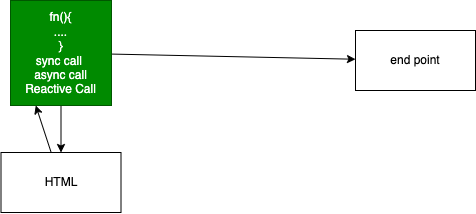
Before: images/day17.drawio.png, a diagram exported from draw.io (adithnaveen/2022-jul-asde-jfs-sapient). Source tidied: cells renumbered, new cells last; positions are measured from the earlier drawing's top-left corner, leaving out a move shared by most shapes.
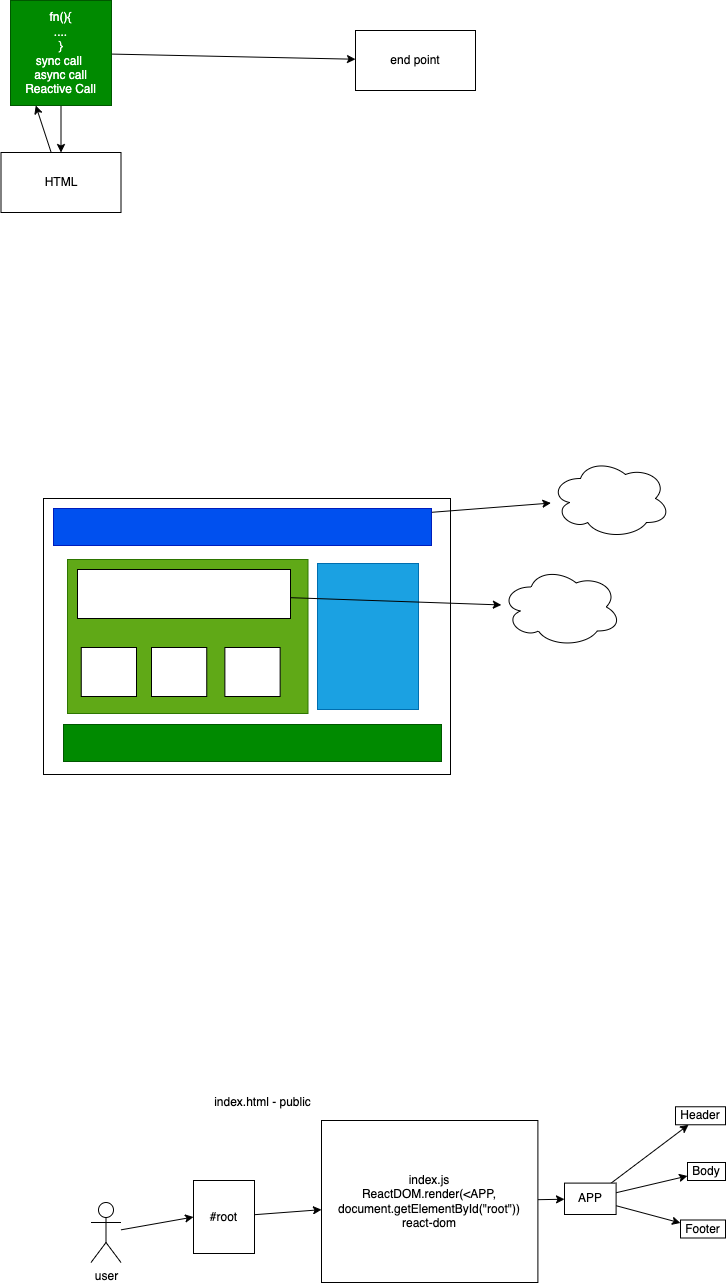
After the change.

The edit, as a diff of the source:
```diff
@@ -20,5 +20,86 @@
     <mxCell id="7" value="end point" style="rounded=0;whiteSpace=wrap;html=1;" parent="1" vertex="1">
       <mxGeometry x="355" y="30" width="120" height="60" as="geometry" />
     </mxCell>
+    <mxCell id="8" style="rounded=0;whiteSpace=wrap;html=1;" parent="1" vertex="1">
+      <mxGeometry x="43" y="498" width="407" height="276" as="geometry" />
+    </mxCell>
+    <mxCell id="9" style="edgeStyle=none;html=1;" parent="1" edge="1" source="10" target="19">
+      <mxGeometry relative="1" as="geometry" />
+    </mxCell>
+    <mxCell id="10" style="rounded=0;whiteSpace=wrap;html=1;fillColor=#0050ef;fontColor=#ffffff;strokeColor=#001DBC;" parent="1" vertex="1">
+      <mxGeometry x="53" y="508" width="378" height="37" as="geometry" />
+    </mxCell>
+    <mxCell id="11" style="rounded=0;whiteSpace=wrap;html=1;fillColor=#008a00;fontColor=#ffffff;strokeColor=#005700;" parent="1" vertex="1">
+      <mxGeometry x="63" y="724" width="378" height="37" as="geometry" />
+    </mxCell>
+    <mxCell id="12" style="rounded=0;whiteSpace=wrap;html=1;fillColor=#60a917;fontColor=#ffffff;strokeColor=#2D7600;" parent="1" vertex="1">
+      <mxGeometry x="67" y="559" width="240.5" height="154" as="geometry" />
+    </mxCell>
+    <mxCell id="13" style="rounded=0;whiteSpace=wrap;html=1;fillColor=#1ba1e2;fontColor=#ffffff;strokeColor=#006EAF;" parent="1" vertex="1">
+      <mxGeometry x="317" y="563" width="101" height="146" as="geometry" />
+    </mxCell>
+    <mxCell id="14" style="edgeStyle=none;html=1;" parent="1" edge="1" source="15" target="20">
+      <mxGeometry relative="1" as="geometry" />
+    </mxCell>
+    <mxCell id="15" style="rounded=0;whiteSpace=wrap;html=1;" parent="1" vertex="1">
+      <mxGeometry x="77" y="569" width="213" height="49" as="geometry" />
+    </mxCell>
+    <mxCell id="16" style="rounded=0;whiteSpace=wrap;html=1;" parent="1" vertex="1">
+      <mxGeometry x="80.8" y="647" width="55.2" height="49" as="geometry" />
+    </mxCell>
+    <mxCell id="17" style="rounded=0;whiteSpace=wrap;html=1;" parent="1" vertex="1">
+      <mxGeometry x="151" y="647" width="55.2" height="49" as="geometry" />
+    </mxCell>
+    <mxCell id="18" style="rounded=0;whiteSpace=wrap;html=1;" parent="1" vertex="1">
+      <mxGeometry x="224.4" y="647" width="55.2" height="49" as="geometry" />
+    </mxCell>
+    <mxCell id="19" style="ellipse;shape=cloud;whiteSpace=wrap;html=1;" parent="1" vertex="1">
+      <mxGeometry x="550" y="458" width="120" height="80" as="geometry" />
+    </mxCell>
+    <mxCell id="20" style="ellipse;shape=cloud;whiteSpace=wrap;html=1;" parent="1" vertex="1">
+      <mxGeometry x="500.7" y="566.5" width="120" height="80" as="geometry" />
+    </mxCell>
+    <mxCell id="21" style="edgeStyle=none;html=1;" parent="1" edge="1" source="22" target="27">
+      <mxGeometry relative="1" as="geometry" />
+    </mxCell>
+    <mxCell id="22" value="#root" style="rounded=0;whiteSpace=wrap;html=1;" parent="1" vertex="1">
+      <mxGeometry x="193" y="1180" width="61" height="73" as="geometry" />
+    </mxCell>
+    <mxCell id="23" style="edgeStyle=none;html=1;entryX=0;entryY=0.5;entryDx=0;entryDy=0;" parent="1" edge="1" source="24" target="22">
+      <mxGeometry relative="1" as="geometry" />
+    </mxCell>
+    <mxCell id="24" value="user" style="shape=umlActor;verticalLabelPosition=bottom;verticalAlign=top;html=1;outlineConnect=0;" parent="1" vertex="1">
+      <mxGeometry x="90.5" y="1202" width="30" height="60" as="geometry" />
+    </mxCell>
+    <mxCell id="25" value="index.html - public" style="text;html=1;align=center;verticalAlign=middle;strokeColor=none;fillColor=none;" parent="1" vertex="1">
+      <mxGeometry x="208" y="1093" width="107" height="18" as="geometry" />
+    </mxCell>
+    <mxCell id="26" style="edgeStyle=none;html=1;" parent="1" edge="1" source="27" target="31">
+      <mxGeometry relative="1" as="geometry" />
+    </mxCell>
+    <mxCell id="27" value="index.js&lt;br&gt;ReactDOM.render(&amp;lt;APP, document.getElementById(&quot;root&quot;))&lt;br&gt;react-dom" style="rounded=0;whiteSpace=wrap;html=1;" parent="1" vertex="1">
+      <mxGeometry x="321" y="1120" width="216.4" height="162" as="geometry" />
+    </mxCell>
+    <mxCell id="28" style="edgeStyle=none;html=1;" parent="1" edge="1" source="31" target="32">
+      <mxGeometry relative="1" as="geometry" />
+    </mxCell>
+    <mxCell id="29" style="edgeStyle=none;html=1;" parent="1" edge="1" source="31" target="34">
+      <mxGeometry relative="1" as="geometry" />
+    </mxCell>
+    <mxCell id="30" style="edgeStyle=none;html=1;" parent="1" edge="1" source="31" target="33">
+      <mxGeometry relative="1" as="geometry" />
+    </mxCell>
+    <mxCell id="31" value="APP" style="rounded=0;whiteSpace=wrap;html=1;" parent="1" vertex="1">
+      <mxGeometry x="564" y="1182.6" width="51.6" height="31.4" as="geometry" />
+    </mxCell>
+    <mxCell id="32" value="Header" style="rounded=0;whiteSpace=wrap;html=1;" parent="1" vertex="1">
+      <mxGeometry x="675" y="1106.3" width="50" height="18" as="geometry" />
+    </mxCell>
+    <mxCell id="33" value="Body" style="rounded=0;whiteSpace=wrap;html=1;" parent="1" vertex="1">
+      <mxGeometry x="687" y="1162" width="38" height="18" as="geometry" />
+    </mxCell>
+    <mxCell id="34" value="Footer" style="rounded=0;whiteSpace=wrap;html=1;" parent="1" vertex="1">
+      <mxGeometry x="680" y="1219.5" width="45" height="18" as="geometry" />
+    </mxCell>
   </root>
 </mxGraphModel>
```
